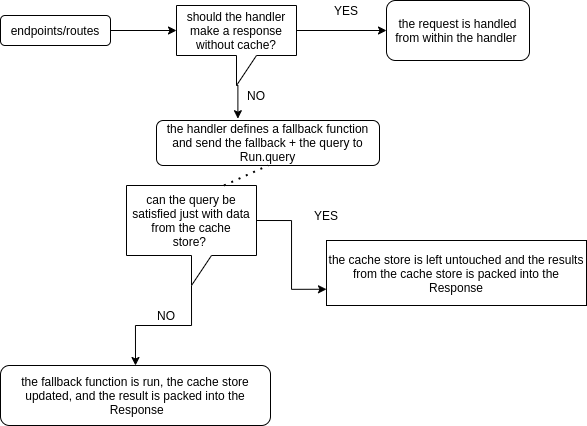
openSUSE/defrag-api keeps this draw.io diagram as handling_logic.png. Above is the earlier version. Source tidied: cells renumbered, new cells last; positions are measured from the earlier drawing's top-left corner, leaving out a move shared by most shapes.
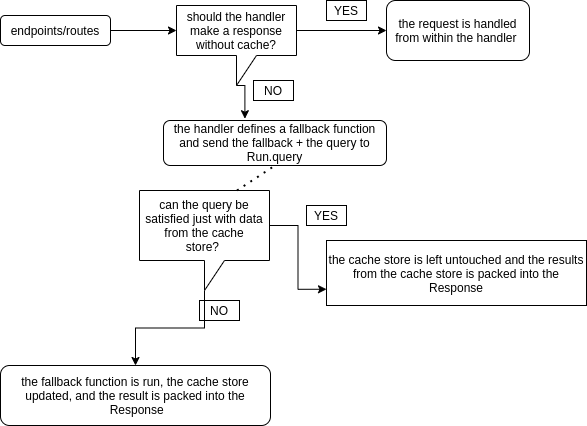
Above is the later version.

Diff of the diagram source:
```diff
@@ -1,57 +1,57 @@
-<mxGraphModel>
+<mxGraphModel background="#FFFFFF">
   <root>
     <mxCell id="0" />
     <mxCell id="1" parent="0" />
-    <mxCell id="2" style="edgeStyle=orthogonalEdgeStyle;rounded=0;jettySize=auto;html=1;exitX=1;exitY=0.5;exitDx=0;exitDy=0;entryX=0;entryY=0;entryDx=0;entryDy=25;entryPerimeter=0;" parent="1" edge="1" source="3" target="10">
+    <mxCell id="2" style="edgeStyle=orthogonalEdgeStyle;rounded=0;jettySize=auto;html=1;exitX=1;exitY=0.5;exitDx=0;exitDy=0;entryX=0;entryY=0;entryDx=0;entryDy=25;entryPerimeter=0;strokeColor=#000000;" parent="1" edge="1" source="3" target="10">
       <mxGeometry relative="1" as="geometry" />
     </mxCell>
-    <mxCell id="3" value="endpoints/routes&lt;br&gt;" style="rounded=1;whiteSpace=wrap;html=1;" parent="1" vertex="1">
+    <mxCell id="3" value="endpoints/routes&lt;br&gt;" style="rounded=1;whiteSpace=wrap;html=1;strokeColor=#000000;" parent="1" vertex="1">
       <mxGeometry y="15" width="110" height="30" as="geometry" />
     </mxCell>
-    <mxCell id="4" value="the request is handled from within the handler&amp;nbsp;" style="rounded=1;whiteSpace=wrap;html=1;" parent="1" vertex="1">
+    <mxCell id="4" value="the request is handled from within the handler&amp;nbsp;" style="rounded=1;whiteSpace=wrap;html=1;strokeColor=#000000;" parent="1" vertex="1">
       <mxGeometry x="386" width="143" height="60" as="geometry" />
     </mxCell>
-    <mxCell id="5" value="the handler defines a fallback function and send the fallback + the query to Run.query&lt;br&gt;" style="rounded=1;whiteSpace=wrap;html=1;perimeterSpacing=0;spacingTop=-1;" parent="1" vertex="1">
-      <mxGeometry x="156" y="120" width="223" height="45" as="geometry" />
+    <mxCell id="5" value="the handler defines a fallback function and send the fallback + the query to Run.query&lt;br&gt;" style="rounded=1;whiteSpace=wrap;html=1;perimeterSpacing=0;spacingTop=-1;strokeColor=#000000;" parent="1" vertex="1">
+      <mxGeometry x="163" y="120" width="223" height="45" as="geometry" />
     </mxCell>
-    <mxCell id="6" value="the cache store is left untouched and the results from the cache store is packed into the&lt;br&gt;Response" style="rounded=0;whiteSpace=wrap;html=1;" parent="1" vertex="1">
+    <mxCell id="6" value="the cache store is left untouched and the results from the cache store is packed into the&lt;br&gt;Response" style="rounded=0;whiteSpace=wrap;html=1;strokeColor=#000000;" parent="1" vertex="1">
       <mxGeometry x="326" y="240" width="260" height="65" as="geometry" />
     </mxCell>
-    <mxCell id="7" value="the fallback function is run, the cache store updated, and the result is packed into the&lt;br&gt;&amp;nbsp;Response" style="rounded=1;whiteSpace=wrap;html=1;" parent="1" vertex="1">
+    <mxCell id="7" value="the fallback function is run, the cache store updated, and the result is packed into the&lt;br&gt;&amp;nbsp;Response" style="rounded=1;whiteSpace=wrap;html=1;strokeColor=#000000;" parent="1" vertex="1">
       <mxGeometry y="365" width="270" height="60" as="geometry" />
     </mxCell>
-    <mxCell id="8" style="edgeStyle=orthogonalEdgeStyle;rounded=0;jettySize=auto;html=1;exitX=0;exitY=0;exitDx=120;exitDy=25;exitPerimeter=0;entryX=0;entryY=0.5;entryDx=0;entryDy=0;" parent="1" edge="1" source="10" target="4">
+    <mxCell id="8" style="edgeStyle=orthogonalEdgeStyle;rounded=0;jettySize=auto;html=1;exitX=0;exitY=0;exitDx=120;exitDy=25;exitPerimeter=0;entryX=0;entryY=0.5;entryDx=0;entryDy=0;strokeColor=#000000;" parent="1" edge="1" source="10" target="4">
       <mxGeometry relative="1" as="geometry" />
     </mxCell>
-    <mxCell id="9" style="edgeStyle=orthogonalEdgeStyle;rounded=0;jettySize=auto;html=1;exitX=0;exitY=0;exitDx=60;exitDy=80;exitPerimeter=0;entryX=0.365;entryY=-0.04;entryDx=0;entryDy=0;entryPerimeter=0;" parent="1" edge="1" source="10" target="5">
+    <mxCell id="9" style="edgeStyle=orthogonalEdgeStyle;rounded=0;jettySize=auto;html=1;exitX=0;exitY=0;exitDx=60;exitDy=80;exitPerimeter=0;entryX=0.365;entryY=-0.04;entryDx=0;entryDy=0;entryPerimeter=0;strokeColor=#000000;" parent="1" edge="1" source="10" target="5">
       <mxGeometry relative="1" as="geometry" />
     </mxCell>
-    <mxCell id="10" value="&lt;span&gt;should the handler make a response without cache?&lt;/span&gt;" style="shape=callout;whiteSpace=wrap;html=1;perimeter=calloutPerimeter;" parent="1" vertex="1">
+    <mxCell id="10" value="&lt;span&gt;should the handler make a response without cache?&lt;/span&gt;" style="shape=callout;whiteSpace=wrap;html=1;perimeter=calloutPerimeter;strokeColor=#000000;" parent="1" vertex="1">
       <mxGeometry x="176" y="5" width="120" height="80" as="geometry" />
     </mxCell>
-    <mxCell id="11" value="YES" style="text;html=1;strokeColor=none;fillColor=none;align=center;verticalAlign=middle;whiteSpace=wrap;rounded=0;" parent="1" vertex="1">
+    <mxCell id="11" value="YES" style="text;html=1;fillColor=none;align=center;verticalAlign=middle;whiteSpace=wrap;rounded=0;strokeColor=#000000;fontColor=#000000;" parent="1" vertex="1">
       <mxGeometry x="326" width="40" height="20" as="geometry" />
     </mxCell>
-    <mxCell id="12" style="edgeStyle=orthogonalEdgeStyle;rounded=0;jettySize=auto;html=1;exitX=0;exitY=0;exitDx=130;exitDy=35;exitPerimeter=0;entryX=0;entryY=0.75;entryDx=0;entryDy=0;" parent="1" edge="1" source="14" target="6">
+    <mxCell id="12" style="edgeStyle=orthogonalEdgeStyle;rounded=0;jettySize=auto;html=1;exitX=0;exitY=0;exitDx=130;exitDy=35;exitPerimeter=0;entryX=0;entryY=0.75;entryDx=0;entryDy=0;strokeColor=#000000;" parent="1" edge="1" source="14" target="6">
       <mxGeometry relative="1" as="geometry" />
     </mxCell>
-    <mxCell id="13" style="edgeStyle=orthogonalEdgeStyle;rounded=0;jettySize=auto;html=1;exitX=0;exitY=0;exitDx=65;exitDy=100;exitPerimeter=0;entryX=0.5;entryY=0;entryDx=0;entryDy=0;" parent="1" edge="1" source="14" target="7">
+    <mxCell id="13" style="edgeStyle=orthogonalEdgeStyle;rounded=0;jettySize=auto;html=1;exitX=0;exitY=0;exitDx=65;exitDy=100;exitPerimeter=0;entryX=0.5;entryY=0;entryDx=0;entryDy=0;strokeColor=#000000;" parent="1" edge="1" source="14" target="7">
       <mxGeometry relative="1" as="geometry" />
     </mxCell>
-    <mxCell id="14" value="&lt;span&gt;can the query be satisfied just with data from the cache&lt;/span&gt;&lt;br&gt;&lt;span&gt;store?&amp;nbsp;&lt;/span&gt;" style="shape=callout;whiteSpace=wrap;html=1;perimeter=calloutPerimeter;" parent="1" vertex="1">
-      <mxGeometry x="126" y="185" width="130" height="100" as="geometry" />
+    <mxCell id="14" value="&lt;span&gt;can the query be satisfied just with data from the cache&lt;/span&gt;&lt;br&gt;&lt;span&gt;store?&amp;nbsp;&lt;/span&gt;" style="shape=callout;whiteSpace=wrap;html=1;perimeter=calloutPerimeter;strokeColor=#000000;" parent="1" vertex="1">
+      <mxGeometry x="139" y="190" width="130" height="100" as="geometry" />
     </mxCell>
-    <mxCell id="15" value="NO" style="text;html=1;strokeColor=none;fillColor=none;align=center;verticalAlign=middle;whiteSpace=wrap;rounded=0;" parent="1" vertex="1">
-      <mxGeometry x="236" y="85" width="40" height="20" as="geometry" />
+    <mxCell id="15" value="NO" style="text;html=1;fillColor=none;align=center;verticalAlign=middle;whiteSpace=wrap;rounded=0;strokeColor=#000000;fontColor=#000000;" parent="1" vertex="1">
+      <mxGeometry x="253" y="80" width="40" height="20" as="geometry" />
     </mxCell>
-    <mxCell id="16" value="YES" style="text;html=1;strokeColor=none;fillColor=none;align=center;verticalAlign=middle;whiteSpace=wrap;rounded=0;" parent="1" vertex="1">
+    <mxCell id="16" value="YES" style="text;html=1;fillColor=none;align=center;verticalAlign=middle;whiteSpace=wrap;rounded=0;strokeColor=#000000;fontColor=#000000;" parent="1" vertex="1">
       <mxGeometry x="306" y="205" width="40" height="20" as="geometry" />
     </mxCell>
-    <mxCell id="17" style="endArrow=none;dashed=1;html=1;dashPattern=1 3;strokeWidth=2;entryX=0.5;entryY=1;entryDx=0;entryDy=0;exitX=0.75;exitY=0;exitDx=0;exitDy=0;exitPerimeter=0;" parent="1" edge="1" source="14" target="5">
+    <mxCell id="17" style="endArrow=none;dashed=1;html=1;dashPattern=1 3;strokeWidth=2;entryX=0.5;entryY=1;entryDx=0;entryDy=0;exitX=0.75;exitY=0;exitDx=0;exitDy=0;exitPerimeter=0;strokeColor=#000000;" parent="1" edge="1" source="14" target="5">
       <mxGeometry relative="1" as="geometry" />
     </mxCell>
-    <mxCell id="18" value="NO" style="text;html=1;strokeColor=none;fillColor=none;align=center;verticalAlign=middle;whiteSpace=wrap;rounded=0;" parent="1" vertex="1">
-      <mxGeometry x="146" y="305" width="40" height="20" as="geometry" />
+    <mxCell id="18" value="NO" style="text;html=1;fillColor=none;align=center;verticalAlign=middle;whiteSpace=wrap;rounded=0;strokeColor=#000000;fontColor=#000000;" parent="1" vertex="1">
+      <mxGeometry x="199" y="300" width="40" height="20" as="geometry" />
     </mxCell>
   </root>
 </mxGraphModel>
```
